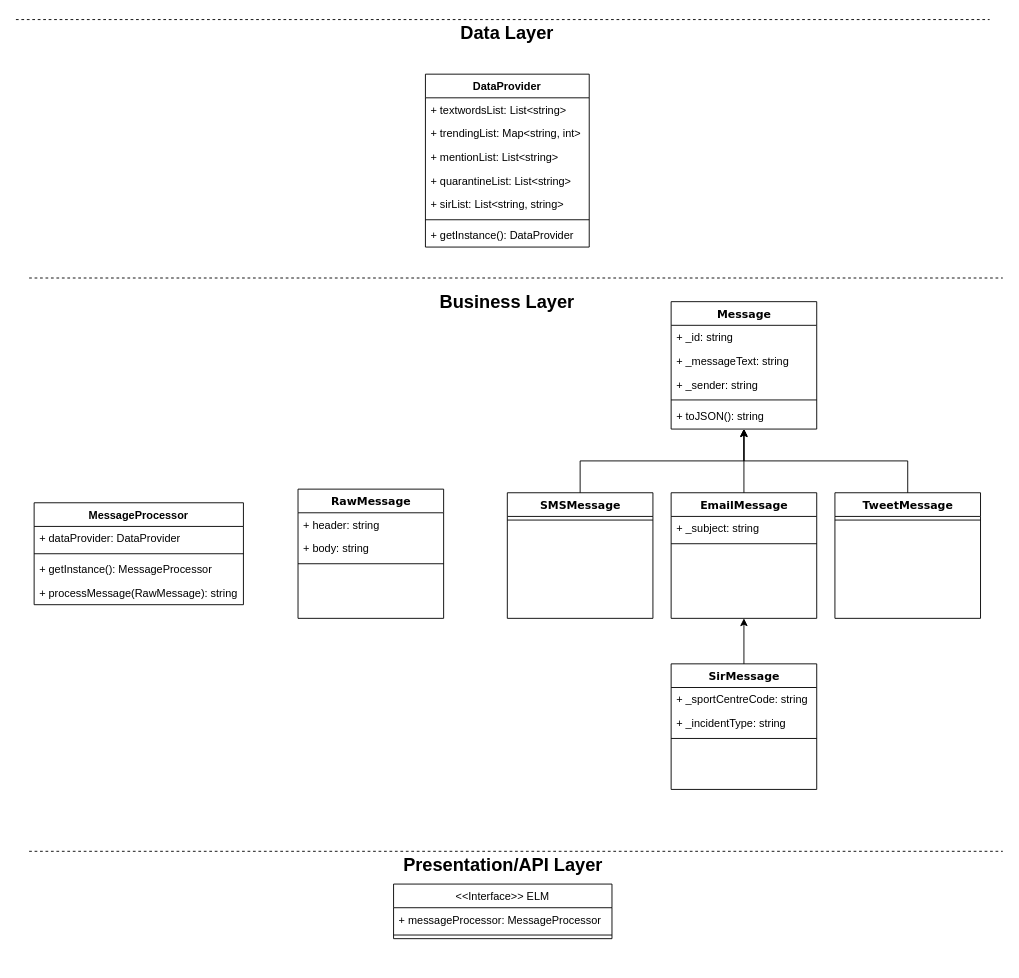
This is ClassDiagram.drawio from ersanne/ELM-MessageProcessing, a draw.io file, before an edit. Source tidied: cells renumbered, new cells numbered last; positions are measured from the earlier drawing's top-left corner, leaving out a move shared by most shapes. Both pictures are drawn from the tidied source at 91%, with x=0, y=0 at pixel (15, 15).
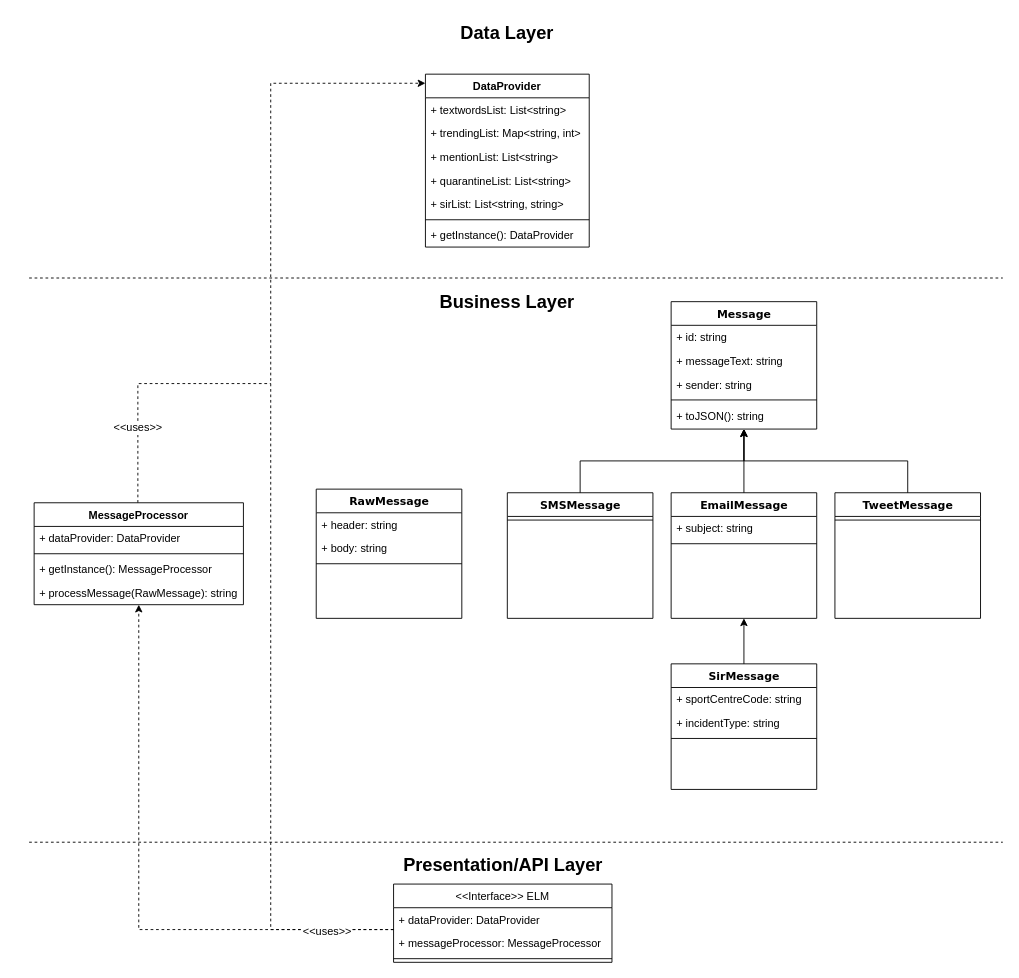
The same diagram, later.

The change refers to these unchanged cells:
```xml
<mxCell id="3" value="Message" style="swimlane;html=1;fontStyle=1;align=center;verticalAlign=top;horizontal=1;startSize=26;swimlaneFillColor=#ffffff;rounded=0;shadow=0;comic=0;labelBackgroundColor=none;strokeWidth=1;fillColor=none;fontFamily=Verdana;fontSize=12;" parent="1" vertex="1">
  <mxGeometry x="720" y="314" width="160" height="140" as="geometry" />
</mxCell>
<mxCell id="13" value="EmailMessage" style="swimlane;html=1;fontStyle=1;align=center;verticalAlign=top;horizontal=1;startSize=26;swimlaneFillColor=#ffffff;rounded=0;shadow=0;comic=0;labelBackgroundColor=none;strokeWidth=1;fillColor=none;fontFamily=Verdana;fontSize=12;" parent="1" vertex="1">
  <mxGeometry x="720" y="524" width="160" height="138" as="geometry" />
</mxCell>
<mxCell id="17" value="SirMessage" style="swimlane;html=1;fontStyle=1;align=center;verticalAlign=top;horizontal=1;startSize=26;swimlaneFillColor=#ffffff;rounded=0;shadow=0;comic=0;labelBackgroundColor=none;strokeWidth=1;fillColor=none;fontFamily=Verdana;fontSize=12;" parent="1" vertex="1">
  <mxGeometry x="720" y="712" width="160" height="138" as="geometry" />
</mxCell>
<mxCell id="25" value="DataProvider" style="swimlane;fontStyle=1;align=center;verticalAlign=top;horizontal=1;startSize=26;" parent="1" vertex="1">
  <mxGeometry x="450" y="64" width="180" height="190" as="geometry" />
</mxCell>
<mxCell id="33" value="MessageProcessor" style="swimlane;fontStyle=1;align=center;verticalAlign=top;horizontal=1;startSize=26;" parent="1" vertex="1">
  <mxGeometry x="20" y="535" width="230" height="112" as="geometry" />
</mxCell>
```

Diff of the diagram source:
```diff
@@
-    <mxCell id="2" style="line;strokeWidth=1;fillColor=none;align=left;verticalAlign=middle;spacingTop=-1;spacingLeft=3;spacingRight=3;labelPosition=right;dashed=1;" parent="1" vertex="1">
-      <mxGeometry width="1070" height="8" as="geometry" />
-    </mxCell>
@@
-    <mxCell id="4" value="+ _id: string" style="text;html=1;strokeColor=none;fillColor=none;align=left;verticalAlign=top;spacingLeft=4;spacingRight=4;whiteSpace=wrap;overflow=hidden;" parent="3" vertex="1">
+    <mxCell id="4" value="+ id: string" style="text;html=1;strokeColor=none;fillColor=none;align=left;verticalAlign=top;spacingLeft=4;spacingRight=4;whiteSpace=wrap;overflow=hidden;" parent="3" vertex="1">
       <mxGeometry y="26" width="160" height="26" as="geometry" />
     </mxCell>
-    <mxCell id="5" value="+ _messageText: string" style="text;html=1;strokeColor=none;fillColor=none;align=left;verticalAlign=top;spacingLeft=4;spacingRight=4;whiteSpace=wrap;overflow=hidden;" parent="3" vertex="1">
+    <mxCell id="5" value="+ messageText: string" style="text;html=1;strokeColor=none;fillColor=none;align=left;verticalAlign=top;spacingLeft=4;spacingRight=4;whiteSpace=wrap;overflow=hidden;" parent="3" vertex="1">
       <mxGeometry y="52" width="160" height="26" as="geometry" />
     </mxCell>
-    <mxCell id="6" value="+ _sender: string" style="text;html=1;strokeColor=none;fillColor=none;align=left;verticalAlign=top;spacingLeft=4;spacingRight=4;whiteSpace=wrap;overflow=hidden;" parent="3" vertex="1">
+    <mxCell id="6" value="+ sender: string" style="text;html=1;strokeColor=none;fillColor=none;align=left;verticalAlign=top;spacingLeft=4;spacingRight=4;whiteSpace=wrap;overflow=hidden;" parent="3" vertex="1">
       <mxGeometry y="78" width="160" height="26" as="geometry" />
     </mxCell>
@@
-    <mxCell id="14" value="+ _subject: string" style="text;html=1;strokeColor=none;fillColor=none;align=left;verticalAlign=top;spacingLeft=4;spacingRight=4;whiteSpace=wrap;overflow=hidden;" parent="13" vertex="1">
+    <mxCell id="14" value="+ subject: string" style="text;html=1;strokeColor=none;fillColor=none;align=left;verticalAlign=top;spacingLeft=4;spacingRight=4;whiteSpace=wrap;overflow=hidden;" parent="13" vertex="1">
       <mxGeometry y="26" width="160" height="26" as="geometry" />
     </mxCell>
@@
-    <mxCell id="18" value="+ _sportCentreCode: string" style="text;html=1;strokeColor=none;fillColor=none;align=left;verticalAlign=top;spacingLeft=4;spacingRight=4;whiteSpace=wrap;overflow=hidden;" parent="17" vertex="1">
+    <mxCell id="18" value="+ sportCentreCode: string" style="text;html=1;strokeColor=none;fillColor=none;align=left;verticalAlign=top;spacingLeft=4;spacingRight=4;whiteSpace=wrap;overflow=hidden;" parent="17" vertex="1">
       <mxGeometry y="26" width="160" height="26" as="geometry" />
     </mxCell>
-    <mxCell id="19" value="+ _incidentType: string" style="text;html=1;strokeColor=none;fillColor=none;align=left;verticalAlign=top;spacingLeft=4;spacingRight=4;whiteSpace=wrap;overflow=hidden;" parent="17" vertex="1">
+    <mxCell id="19" value="+ incidentType: string" style="text;html=1;strokeColor=none;fillColor=none;align=left;verticalAlign=top;spacingLeft=4;spacingRight=4;whiteSpace=wrap;overflow=hidden;" parent="17" vertex="1">
       <mxGeometry y="52" width="160" height="26" as="geometry" />
     </mxCell>
@@
+    <mxCell id="50" style="edgeStyle=orthogonalEdgeStyle;rounded=0;jettySize=auto;html=1;dashed=1;fontSize=12;endArrow=none;endFill=0;" parent="1" edge="1" source="33">
+      <mxGeometry relative="1" as="geometry">
+        <mxPoint x="280" y="404" as="targetPoint" />
+        <Array as="points">
+          <mxPoint x="134" y="404" />
+        </Array>
+      </mxGeometry>
+    </mxCell>
+    <mxCell id="51" value="&amp;lt;&amp;lt;uses&amp;gt;&amp;gt;" style="text;html=1;align=center;verticalAlign=middle;labelBackgroundColor=#ffffff;fontSize=12;" parent="50" vertex="1">
+      <mxGeometry x="-0.4" y="1" relative="1" as="geometry" />
+    </mxCell>
@@
     <mxCell id="38" value="RawMessage" style="swimlane;html=1;fontStyle=1;align=center;verticalAlign=top;horizontal=1;startSize=26;swimlaneFillColor=#ffffff;rounded=0;shadow=0;comic=0;labelBackgroundColor=none;strokeWidth=1;fillColor=none;fontFamily=Verdana;fontSize=12;" parent="1" vertex="1">
-      <mxGeometry x="310" y="520" width="160" height="142" as="geometry" />
+      <mxGeometry x="330" y="520" width="160" height="142" as="geometry" />
     </mxCell>
@@
+    <mxCell id="52" style="edgeStyle=orthogonalEdgeStyle;rounded=0;jettySize=auto;html=1;dashed=1;fontSize=12;" parent="1" edge="1" source="42" target="25">
+      <mxGeometry relative="1" as="geometry">
+        <Array as="points">
+          <mxPoint x="280" y="1004" />
+          <mxPoint x="280" y="74" />
+        </Array>
+      </mxGeometry>
+    </mxCell>
     <mxCell id="42" value="&lt;&lt;Interface&gt;&gt; ELM" style="swimlane;fontStyle=0;align=center;verticalAlign=top;horizontal=1;startSize=26;" parent="1" vertex="1">
-      <mxGeometry x="415" y="954" width="240" height="60" as="geometry" />
+      <mxGeometry x="415" y="954" width="240" height="86" as="geometry" />
     </mxCell>
-    <mxCell id="43" value="+ messageProcessor: MessageProcessor" style="text;strokeColor=none;fillColor=none;align=left;verticalAlign=top;spacingLeft=4;spacingRight=4;overflow=hidden;points=[[0,0.5],[1,0.5]];portConstraint=eastwest;" parent="42" vertex="1">
+    <mxCell id="43" value="+ dataProvider: DataProvider" style="text;strokeColor=none;fillColor=none;align=left;verticalAlign=top;spacingLeft=4;spacingRight=4;overflow=hidden;points=[[0,0.5],[1,0.5]];portConstraint=eastwest;" parent="42" vertex="1">
       <mxGeometry y="26" width="240" height="26" as="geometry" />
     </mxCell>
+    <mxCell id="53" value="+ messageProcessor: MessageProcessor" style="text;strokeColor=none;fillColor=none;align=left;verticalAlign=top;spacingLeft=4;spacingRight=4;overflow=hidden;" parent="42" vertex="1">
+      <mxGeometry y="52" width="240" height="26" as="geometry" />
+    </mxCell>
     <mxCell id="44" style="line;strokeWidth=1;fillColor=none;align=left;verticalAlign=middle;spacingTop=-1;spacingLeft=3;spacingRight=3;labelPosition=right;" parent="42" vertex="1">
-      <mxGeometry y="52" width="240" height="8" as="geometry" />
+      <mxGeometry y="78" width="240" height="8" as="geometry" />
     </mxCell>
     <mxCell id="45" style="line;strokeWidth=1;fillColor=none;align=left;verticalAlign=middle;spacingTop=-1;spacingLeft=3;spacingRight=3;labelPosition=right;dashed=1;" parent="1" vertex="1">
-      <mxGeometry x="14.5" y="914" width="1070" height="8" as="geometry" />
+      <mxGeometry x="14.5" y="904" width="1070" height="8" as="geometry" />
     </mxCell>
@@
+    <mxCell id="54" style="edgeStyle=orthogonalEdgeStyle;rounded=0;jettySize=auto;html=1;dashed=1;fontSize=12;" parent="1" edge="1" source="43" target="33">
+      <mxGeometry relative="1" as="geometry">
+        <Array as="points">
+          <mxPoint x="135" y="1004" />
+        </Array>
+      </mxGeometry>
+    </mxCell>
+    <mxCell id="55" value="&amp;lt;&amp;lt;uses&amp;gt;&amp;gt;" style="text;html=1;align=center;verticalAlign=middle;labelBackgroundColor=#ffffff;fontSize=12;" parent="54" vertex="1">
+      <mxGeometry x="-0.52" y="-2" relative="1" as="geometry">
+        <mxPoint x="79" y="4" as="offset" />
+      </mxGeometry>
+    </mxCell>
```
